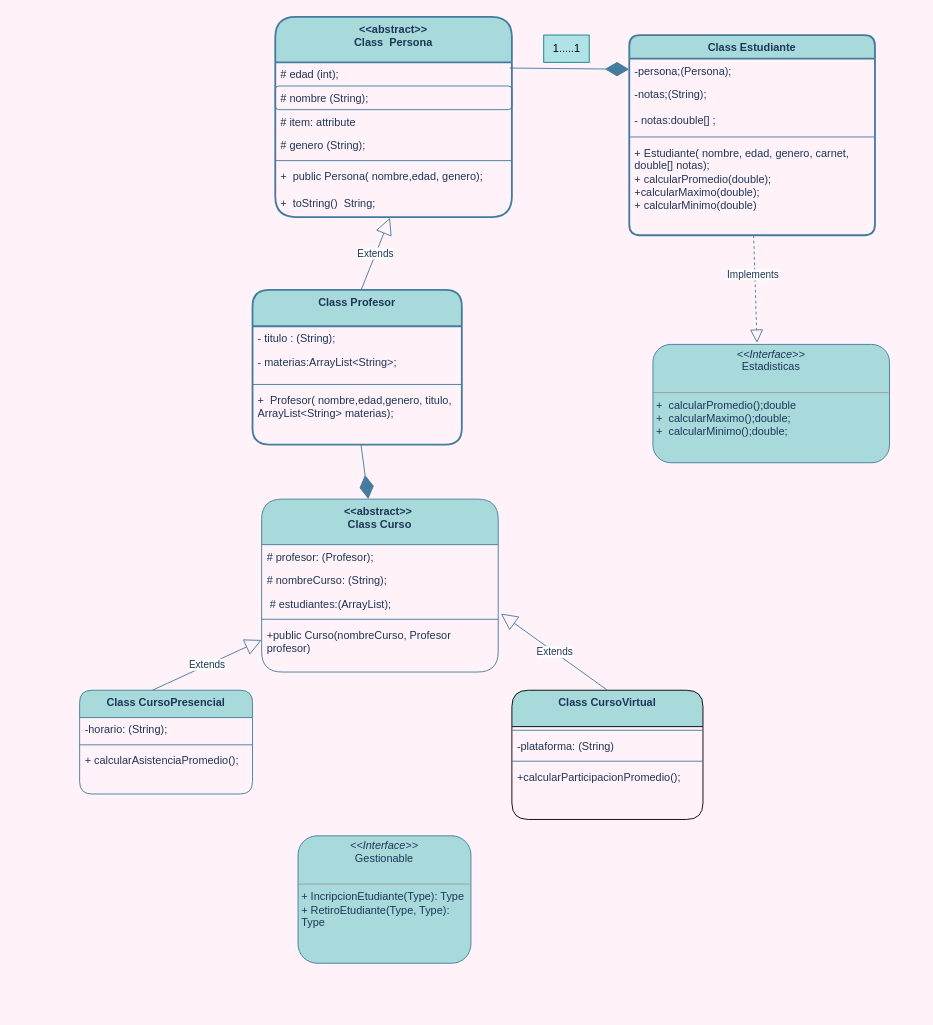
This is EjercicioPOOInterfaces.drawio from Mariayey12/EjercicioPOOInterfaces, a draw.io file, before an edit. Source tidied: cells renumbered, new cells numbered last; positions are measured from the earlier drawing's top-left corner, leaving out a move shared by most shapes. Both pictures are drawn from the tidied source at 91%, with x=0, y=0 at pixel (79, 16).
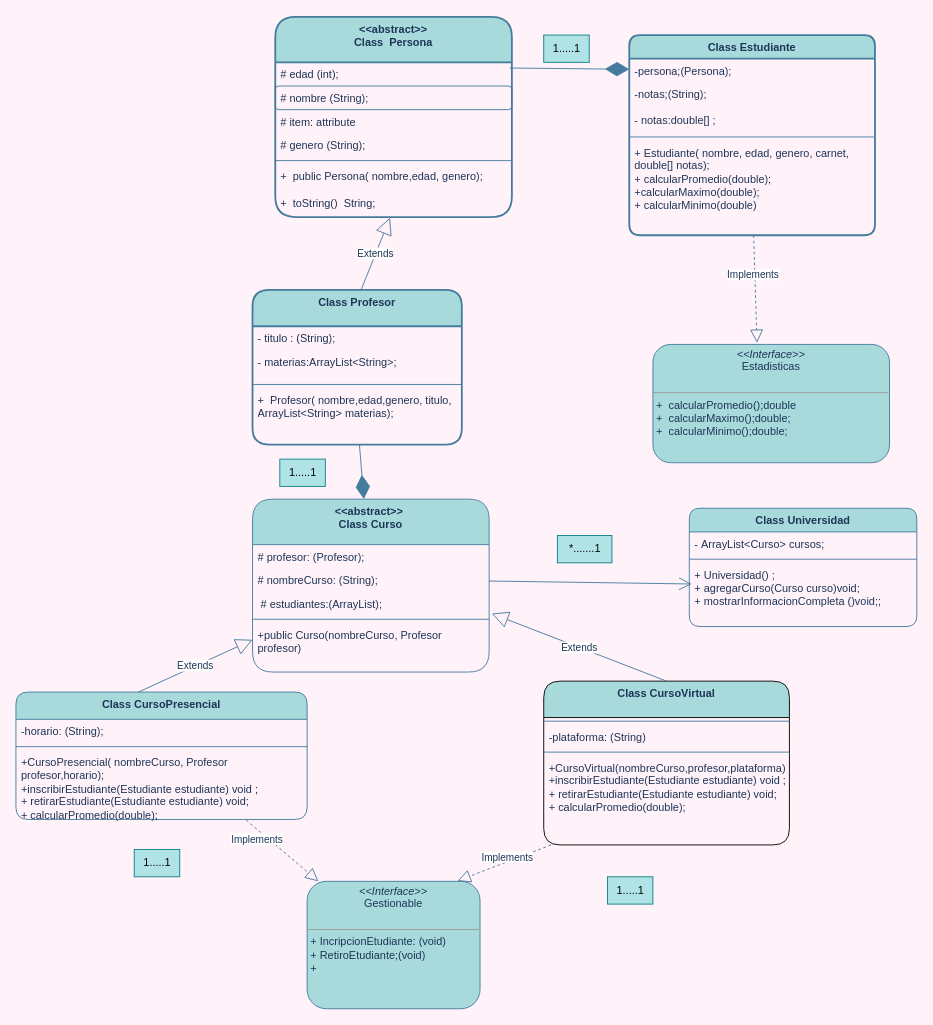
The same page after the edit.

Change to the diagram source:
```diff
@@
     <mxCell id="21" value="&amp;lt;&amp;lt;abstract&amp;gt;&amp;gt;&amp;nbsp;&lt;br&gt;Class&amp;nbsp;Curso" style="swimlane;fontStyle=1;align=center;verticalAlign=top;horizontal=1;startSize=50;whiteSpace=wrap;html=1;labelBackgroundColor=none;fillColor=#A8DADC;strokeColor=#457B9D;fontColor=#1D3557;rounded=1;" parent="1" vertex="1">
-      <mxGeometry x="200" y="530" width="260" height="190" as="geometry" />
+      <mxGeometry x="190" y="530" width="260" height="190" as="geometry" />
     </mxCell>
@@
     <mxCell id="27" value="Class CursoPresencial" style="swimlane;fontStyle=1;align=center;verticalAlign=top;horizontal=1;startSize=30;whiteSpace=wrap;html=1;labelBackgroundColor=none;fillColor=#A8DADC;strokeColor=#457B9D;fontColor=#1D3557;rounded=1;" parent="1" vertex="1">
-      <mxGeometry y="740" width="190" height="114" as="geometry" />
+      <mxGeometry x="-70" y="742" width="320" height="140" as="geometry" />
     </mxCell>
     <mxCell id="28" value="-horario: (String);" style="text;strokeColor=none;fillColor=none;align=left;verticalAlign=top;spacingLeft=4;spacingRight=4;overflow=hidden;whiteSpace=wrap;html=1;labelBackgroundColor=none;fontColor=#1D3557;rounded=1;" parent="27" vertex="1">
-      <mxGeometry y="30" width="190" height="26" as="geometry" />
+      <mxGeometry y="30" width="320" height="26" as="geometry" />
     </mxCell>
     <mxCell id="29" style="line;strokeWidth=1;fillColor=none;align=left;verticalAlign=middle;spacingTop=-1;spacingLeft=3;spacingRight=3;labelPosition=right;strokeColor=#457B9D;labelBackgroundColor=none;fontColor=#1D3557;rounded=1;" parent="27" vertex="1">
-      <mxGeometry y="56" width="190" height="8" as="geometry" />
+      <mxGeometry y="56" width="320" height="8" as="geometry" />
     </mxCell>
-    <mxCell id="30" value="+&amp;nbsp;calcularAsistenciaPromedio();" style="text;strokeColor=none;fillColor=none;align=left;verticalAlign=top;spacingLeft=4;spacingRight=4;overflow=hidden;points=[[0,0.5],[1,0.5]];portConstraint=eastwest;whiteSpace=wrap;html=1;labelBackgroundColor=none;fontColor=#1D3557;rounded=1;" parent="27" vertex="1">
-      <mxGeometry y="64" width="190" height="50" as="geometry" />
+    <mxCell id="30" value="+&lt;span style=&quot;background-color: initial;&quot;&gt;CursoPresencial( nombreCurso, Profesor profesor,horario);&lt;br&gt;&lt;/span&gt;+&lt;span style=&quot;background-color: initial;&quot;&gt;inscribirEstudiante(Estudiante estudiante)&amp;nbsp;&lt;/span&gt;void&amp;nbsp;;&lt;br&gt;+&amp;nbsp;retirarEstudiante(Estudiante estudiante) void;&lt;br&gt;+ calcularPromedio(double);" style="text;strokeColor=none;fillColor=none;align=left;verticalAlign=top;spacingLeft=4;spacingRight=4;overflow=hidden;points=[[0,0.5],[1,0.5]];portConstraint=eastwest;whiteSpace=wrap;html=1;labelBackgroundColor=none;fontColor=#1D3557;rounded=1;" parent="27" vertex="1">
+      <mxGeometry y="64" width="320" height="76" as="geometry" />
     </mxCell>
     <mxCell id="31" value="Class CursoVirtual" style="swimlane;fontStyle=1;align=center;verticalAlign=top;horizontal=1;startSize=40;whiteSpace=wrap;html=1;labelBackgroundColor=none;fillColor=#A8DADC;strokeColor=default;fontColor=#1D3557;rounded=1;" parent="1" vertex="1">
-      <mxGeometry x="475" y="740" width="210" height="142" as="geometry" />
+      <mxGeometry x="510" y="730" width="270" height="180" as="geometry" />
     </mxCell>
     <mxCell id="32" style="line;strokeWidth=1;fillColor=none;align=left;verticalAlign=middle;spacingTop=-1;spacingLeft=3;spacingRight=3;labelPosition=right;strokeColor=#457B9D;labelBackgroundColor=none;fontColor=#1D3557;rounded=1;" parent="31" vertex="1">
-      <mxGeometry y="40" width="210" height="8" as="geometry" />
+      <mxGeometry y="40" width="270" height="8" as="geometry" />
     </mxCell>
     <mxCell id="33" value="-plataforma: (String)" style="text;strokeColor=none;fillColor=none;align=left;verticalAlign=top;spacingLeft=4;spacingRight=4;overflow=hidden;whiteSpace=wrap;html=1;labelBackgroundColor=none;fontColor=#1D3557;rounded=1;" parent="31" vertex="1">
-      <mxGeometry y="48" width="210" height="26" as="geometry" />
+      <mxGeometry y="48" width="270" height="26" as="geometry" />
     </mxCell>
     <mxCell id="34" style="line;strokeWidth=1;fillColor=none;align=left;verticalAlign=middle;spacingTop=-1;spacingLeft=3;spacingRight=3;labelPosition=right;strokeColor=#457B9D;labelBackgroundColor=none;fontColor=#1D3557;rounded=1;" parent="31" vertex="1">
-      <mxGeometry y="74" width="210" height="8" as="geometry" />
+      <mxGeometry y="74" width="270" height="8" as="geometry" />
     </mxCell>
-    <mxCell id="35" value="+calcularParticipacionPromedio();" style="text;strokeColor=none;fillColor=none;align=left;verticalAlign=top;spacingLeft=4;spacingRight=4;overflow=hidden;points=[[0,0.5],[1,0.5]];portConstraint=eastwest;whiteSpace=wrap;html=1;labelBackgroundColor=none;fontColor=#1D3557;rounded=1;" parent="31" vertex="1">
-      <mxGeometry y="82" width="210" height="60" as="geometry" />
+    <mxCell id="35" value="+CursoVirtual(nombreCurso,profesor,plataforma);&lt;br style=&quot;--tw-border-spacing-x: 0; --tw-border-spacing-y: 0; --tw-translate-x: 0; --tw-translate-y: 0; --tw-rotate: 0; --tw-skew-x: 0; --tw-skew-y: 0; --tw-scale-x: 1; --tw-scale-y: 1; --tw-pan-x: ; --tw-pan-y: ; --tw-pinch-zoom: ; --tw-scroll-snap-strictness: proximity; --tw-ordinal: ; --tw-slashed-zero: ; --tw-numeric-figure: ; --tw-numeric-spacing: ; --tw-numeric-fraction: ; --tw-ring-inset: ; --tw-ring-offset-width: 0px; --tw-ring-offset-color: #fff; --tw-ring-color: rgb(59 130 246 / .5); --tw-ring-offset-shadow: 0 0 #0000; --tw-ring-shadow: 0 0 #0000; --tw-shadow: 0 0 #0000; --tw-shadow-colored: 0 0 #0000; --tw-blur: ; --tw-brightness: ; --tw-contrast: ; --tw-grayscale: ; --tw-hue-rotate: ; --tw-invert: ; --tw-saturate: ; --tw-sepia: ; --tw-drop-shadow: ; --tw-backdrop-blur: ; --tw-backdrop-brightness: ; --tw-backdrop-contrast: ; --tw-backdrop-grayscale: ; --tw-backdrop-hue-rotate: ; --tw-backdrop-invert: ; --tw-backdrop-opacity: ; --tw-backdrop-saturate: ; --tw-backdrop-sepia: ; border-color: var(--border-color);&quot;&gt;+&lt;span style=&quot;--tw-border-spacing-x: 0; --tw-border-spacing-y: 0; --tw-translate-x: 0; --tw-translate-y: 0; --tw-rotate: 0; --tw-skew-x: 0; --tw-skew-y: 0; --tw-scale-x: 1; --tw-scale-y: 1; --tw-pan-x: ; --tw-pan-y: ; --tw-pinch-zoom: ; --tw-scroll-snap-strictness: proximity; --tw-ordinal: ; --tw-slashed-zero: ; --tw-numeric-figure: ; --tw-numeric-spacing: ; --tw-numeric-fraction: ; --tw-ring-inset: ; --tw-ring-offset-width: 0px; --tw-ring-offset-color: #fff; --tw-ring-color: rgb(59 130 246 / .5); --tw-ring-offset-shadow: 0 0 #0000; --tw-ring-shadow: 0 0 #0000; --tw-shadow: 0 0 #0000; --tw-shadow-colored: 0 0 #0000; --tw-blur: ; --tw-brightness: ; --tw-contrast: ; --tw-grayscale: ; --tw-hue-rotate: ; --tw-invert: ; --tw-saturate: ; --tw-sepia: ; --tw-drop-shadow: ; --tw-backdrop-blur: ; --tw-backdrop-brightness: ; --tw-backdrop-contrast: ; --tw-backdrop-grayscale: ; --tw-backdrop-hue-rotate: ; --tw-backdrop-invert: ; --tw-backdrop-opacity: ; --tw-backdrop-saturate: ; --tw-backdrop-sepia: ; border-color: var(--border-color); background-color: initial;&quot;&gt;inscribirEstudiante(Estudiante estudiante)&amp;nbsp;&lt;/span&gt;void&amp;nbsp;;&lt;br style=&quot;--tw-border-spacing-x: 0; --tw-border-spacing-y: 0; --tw-translate-x: 0; --tw-translate-y: 0; --tw-rotate: 0; --tw-skew-x: 0; --tw-skew-y: 0; --tw-scale-x: 1; --tw-scale-y: 1; --tw-pan-x: ; --tw-pan-y: ; --tw-pinch-zoom: ; --tw-scroll-snap-strictness: proximity; --tw-ordinal: ; --tw-slashed-zero: ; --tw-numeric-figure: ; --tw-numeric-spacing: ; --tw-numeric-fraction: ; --tw-ring-inset: ; --tw-ring-offset-width: 0px; --tw-ring-offset-color: #fff; --tw-ring-color: rgb(59 130 246 / .5); --tw-ring-offset-shadow: 0 0 #0000; --tw-ring-shadow: 0 0 #0000; --tw-shadow: 0 0 #0000; --tw-shadow-colored: 0 0 #0000; --tw-blur: ; --tw-brightness: ; --tw-contrast: ; --tw-grayscale: ; --tw-hue-rotate: ; --tw-invert: ; --tw-saturate: ; --tw-sepia: ; --tw-drop-shadow: ; --tw-backdrop-blur: ; --tw-backdrop-brightness: ; --tw-backdrop-contrast: ; --tw-backdrop-grayscale: ; --tw-backdrop-hue-rotate: ; --tw-backdrop-invert: ; --tw-backdrop-opacity: ; --tw-backdrop-saturate: ; --tw-backdrop-sepia: ; border-color: var(--border-color);&quot;&gt;+&amp;nbsp;retirarEstudiante(Estudiante estudiante) void;&lt;br style=&quot;--tw-border-spacing-x: 0; --tw-border-spacing-y: 0; --tw-translate-x: 0; --tw-translate-y: 0; --tw-rotate: 0; --tw-skew-x: 0; --tw-skew-y: 0; --tw-scale-x: 1; --tw-scale-y: 1; --tw-pan-x: ; --tw-pan-y: ; --tw-pinch-zoom: ; --tw-scroll-snap-strictness: proximity; --tw-ordinal: ; --tw-slashed-zero: ; --tw-numeric-figure: ; --tw-numeric-spacing: ; --tw-numeric-fraction: ; --tw-ring-inset: ; --tw-ring-offset-width: 0px; --tw-ring-offset-color: #fff; --tw-ring-color: rgb(59 130 246 / .5); --tw-ring-offset-shadow: 0 0 #0000; --tw-ring-shadow: 0 0 #0000; --tw-shadow: 0 0 #0000; --tw-shadow-colored: 0 0 #0000; --tw-blur: ; --tw-brightness: ; --tw-contrast: ; --tw-grayscale: ; --tw-hue-rotate: ; --tw-invert: ; --tw-saturate: ; --tw-sepia: ; --tw-drop-shadow: ; --tw-backdrop-blur: ; --tw-backdrop-brightness: ; --tw-backdrop-contrast: ; --tw-backdrop-grayscale: ; --tw-backdrop-hue-rotate: ; --tw-backdrop-invert: ; --tw-backdrop-opacity: ; --tw-backdrop-saturate: ; --tw-backdrop-sepia: ; border-color: var(--border-color);&quot;&gt;+ calcularPromedio(double);" style="text;strokeColor=none;fillColor=none;align=left;verticalAlign=top;spacingLeft=4;spacingRight=4;overflow=hidden;points=[[0,0.5],[1,0.5]];portConstraint=eastwest;whiteSpace=wrap;html=1;labelBackgroundColor=none;fontColor=#1D3557;rounded=1;" parent="31" vertex="1">
+      <mxGeometry y="82" width="270" height="98" as="geometry" />
     </mxCell>
-    <mxCell id="36" value="&lt;p style=&quot;margin:0px;margin-top:4px;text-align:center;&quot;&gt;&lt;i&gt;&amp;lt;&amp;lt;Interface&amp;gt;&amp;gt;&lt;/i&gt;&lt;br&gt;Gestionable&lt;br&gt;&lt;/p&gt;&lt;p style=&quot;margin:0px;margin-left:4px;&quot;&gt;&lt;br&gt;&lt;/p&gt;&lt;hr size=&quot;1&quot;&gt;&lt;p style=&quot;margin:0px;margin-left:4px;&quot;&gt;+ IncripcionEtudiante(Type): Type&lt;br&gt;+ RetiroEtudiante(Type, Type): Type&lt;/p&gt;" style="verticalAlign=top;align=left;overflow=fill;fontSize=12;fontFamily=Helvetica;html=1;whiteSpace=wrap;labelBackgroundColor=none;fillColor=#A8DADC;strokeColor=#457B9D;fontColor=#1D3557;rounded=1;" parent="1" vertex="1">
-      <mxGeometry x="240" y="900" width="190" height="140" as="geometry" />
+    <mxCell id="36" value="&lt;p style=&quot;margin:0px;margin-top:4px;text-align:center;&quot;&gt;&lt;i&gt;&amp;lt;&amp;lt;Interface&amp;gt;&amp;gt;&lt;/i&gt;&lt;br&gt;Gestionable&lt;br&gt;&lt;/p&gt;&lt;p style=&quot;margin:0px;margin-left:4px;&quot;&gt;&lt;br&gt;&lt;/p&gt;&lt;hr size=&quot;1&quot;&gt;&lt;p style=&quot;margin:0px;margin-left:4px;&quot;&gt;+ IncripcionEtudiante: (void)&lt;br&gt;+ RetiroEtudiante;(void)&lt;/p&gt;&lt;p style=&quot;margin:0px;margin-left:4px;&quot;&gt;+&amp;nbsp;&lt;/p&gt;" style="verticalAlign=top;align=left;overflow=fill;fontSize=12;fontFamily=Helvetica;html=1;whiteSpace=wrap;labelBackgroundColor=none;fillColor=#A8DADC;strokeColor=#457B9D;fontColor=#1D3557;rounded=1;" parent="1" vertex="1">
+      <mxGeometry x="250" y="950" width="190" height="140" as="geometry" />
     </mxCell>
@@
+    <mxCell id="45" style="endArrow=block;dashed=1;endFill=0;endSize=12;html=1;rounded=0;strokeColor=#457B9D;fontColor=#1D3557;fillColor=#A8DADC;exitX=0.791;exitY=1.01;exitDx=0;exitDy=0;exitPerimeter=0;" parent="1" edge="1" source="30" target="36">
+      <mxGeometry relative="1" as="geometry" />
+    </mxCell>
+    <mxCell id="46" style="endArrow=block;dashed=1;endFill=0;endSize=12;html=1;rounded=0;strokeColor=#457B9D;fontColor=#1D3557;fillColor=#A8DADC;entryX=0.87;entryY=-0.003;entryDx=0;entryDy=0;entryPerimeter=0;" parent="1" edge="1" source="35" target="36">
+      <mxGeometry relative="1" as="geometry" />
+    </mxCell>
+    <mxCell id="47" value="&lt;span style=&quot;color: rgb(29, 53, 87); font-family: Helvetica; font-size: 11px; font-style: normal; font-variant-ligatures: normal; font-variant-caps: normal; font-weight: 400; letter-spacing: normal; orphans: 2; text-align: center; text-indent: 0px; text-transform: none; widows: 2; word-spacing: 0px; -webkit-text-stroke-width: 0px; background-color: rgb(255, 255, 255); text-decoration-thickness: initial; text-decoration-style: initial; text-decoration-color: initial; float: none; display: inline !important;&quot;&gt;Implements&lt;/span&gt;" style="text;whiteSpace=wrap;html=1;" parent="1" vertex="1">
+      <mxGeometry x="440" y="910" width="70" height="40" as="geometry" />
+    </mxCell>
+    <mxCell id="48" value="&lt;span style=&quot;color: rgb(29, 53, 87); font-family: Helvetica; font-size: 11px; font-style: normal; font-variant-ligatures: normal; font-variant-caps: normal; font-weight: 400; letter-spacing: normal; orphans: 2; text-align: center; text-indent: 0px; text-transform: none; widows: 2; word-spacing: 0px; -webkit-text-stroke-width: 0px; background-color: rgb(255, 255, 255); text-decoration-thickness: initial; text-decoration-style: initial; text-decoration-color: initial; float: none; display: inline !important;&quot;&gt;Implements&lt;/span&gt;" style="text;whiteSpace=wrap;html=1;" parent="1" vertex="1">
+      <mxGeometry x="165" y="890" width="70" height="40" as="geometry" />
+    </mxCell>
+    <mxCell id="49" value="1.....1" style="text;html=1;align=center;verticalAlign=middle;strokeColor=#0e8088;fillColor=#b0e3e6;" parent="1" vertex="1">
+      <mxGeometry x="220" y="486" width="50" height="30" as="geometry" />
+    </mxCell>
+    <mxCell id="50" value="Class&amp;nbsp;Universidad" style="swimlane;fontStyle=1;align=center;verticalAlign=top;horizontal=1;startSize=26;whiteSpace=wrap;html=1;strokeColor=#457B9D;fontColor=#1D3557;fillColor=#A8DADC;rounded=1;" parent="1" vertex="1">
+      <mxGeometry x="670" y="540" width="250" height="130" as="geometry" />
+    </mxCell>
+    <mxCell id="51" value="-&amp;nbsp;ArrayList&amp;lt;Curso&amp;gt; cursos;" style="text;strokeColor=none;fillColor=none;align=left;verticalAlign=top;spacingLeft=4;spacingRight=4;overflow=hidden;whiteSpace=wrap;html=1;fontColor=#1D3557;" parent="50" vertex="1">
+      <mxGeometry y="26" width="250" height="26" as="geometry" />
+    </mxCell>
+    <mxCell id="52" style="line;strokeWidth=1;fillColor=none;align=left;verticalAlign=middle;spacingTop=-1;spacingLeft=3;spacingRight=3;labelPosition=right;strokeColor=inherit;fontColor=#1D3557;" parent="50" vertex="1">
+      <mxGeometry y="52" width="250" height="8" as="geometry" />
+    </mxCell>
+    <mxCell id="53" value="&lt;div&gt;+ Universidad() ;&lt;/div&gt;&lt;div&gt;+&amp;nbsp;agregarCurso(Curso curso)void;&lt;/div&gt;&lt;div&gt;+&amp;nbsp;mostrarInformacionCompleta ()void;;&lt;/div&gt;" style="text;strokeColor=none;fillColor=none;align=left;verticalAlign=top;spacingLeft=4;spacingRight=4;overflow=hidden;points=[[0,0.5],[1,0.5]];portConstraint=eastwest;whiteSpace=wrap;html=1;fontColor=#1D3557;" parent="50" vertex="1">
+      <mxGeometry y="60" width="250" height="70" as="geometry" />
+    </mxCell>
+    <mxCell id="54" value="1.....1" style="text;html=1;align=center;verticalAlign=middle;strokeColor=#0e8088;fillColor=#b0e3e6;" parent="1" vertex="1">
+      <mxGeometry x="60" y="915" width="50" height="30" as="geometry" />
+    </mxCell>
+    <mxCell id="55" value="1.....1" style="text;html=1;align=center;verticalAlign=middle;strokeColor=#0e8088;fillColor=#b0e3e6;" parent="1" vertex="1">
+      <mxGeometry x="580" y="945" width="50" height="30" as="geometry" />
+    </mxCell>
+    <mxCell id="56" style="endArrow=open;endFill=1;endSize=12;html=1;rounded=0;strokeColor=#457B9D;fontColor=#1D3557;fillColor=#A8DADC;entryX=0.011;entryY=0.332;entryDx=0;entryDy=0;entryPerimeter=0;" parent="1" edge="1" target="53">
+      <mxGeometry relative="1" as="geometry">
+        <mxPoint x="450" y="620" as="sourcePoint" />
+      </mxGeometry>
+    </mxCell>
+    <mxCell id="57" value="*.......1" style="text;html=1;align=center;verticalAlign=middle;strokeColor=#0e8088;fillColor=#b0e3e6;" parent="1" vertex="1">
+      <mxGeometry x="525" y="570" width="60" height="30" as="geometry" />
+    </mxCell>
```
